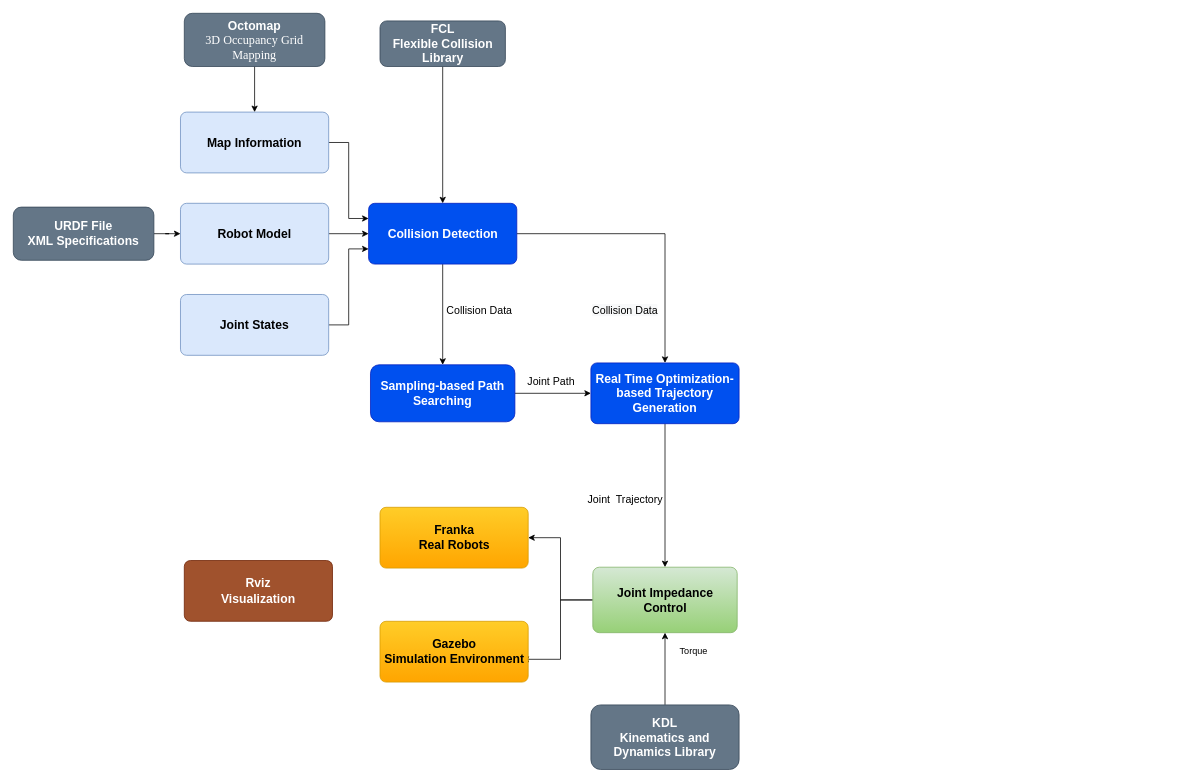
The draw.io diagram Untitled Diagram.drawio in jasonchenj/game, before the edit. Source tidied: cells renumbered, new cells numbered last; positions are measured from the earlier drawing's top-left corner, leaving out a move shared by most shapes. Both pictures are drawn from the tidied source at 76%, with x=0, y=0 at pixel (13, 13).
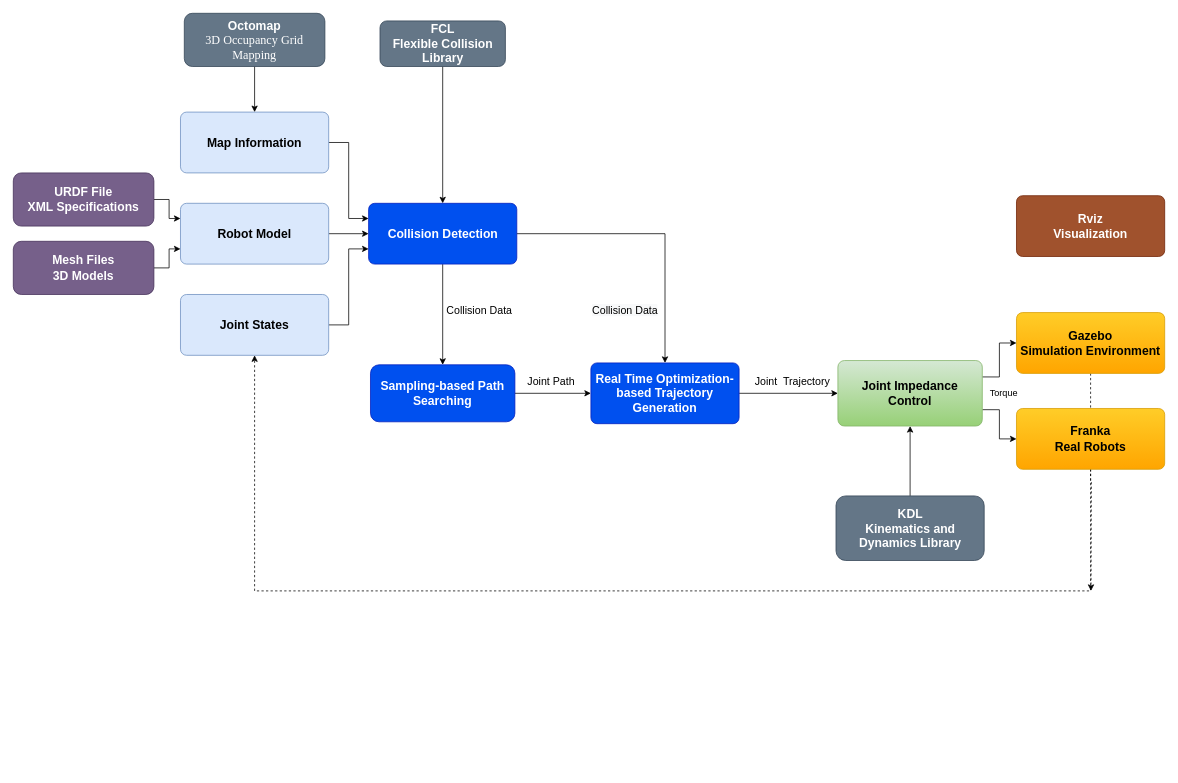
After the change.

Unchanged cells that the change refers to:
```xml
<mxCell id="19" value="&lt;span style=&quot;font-size: 16px&quot;&gt;&lt;b&gt;Robot Model&lt;/b&gt;&lt;/span&gt;" style="rounded=1;whiteSpace=wrap;html=1;fillColor=#dae8fc;strokeColor=#6c8ebf;arcSize=10;" parent="1" vertex="1">
  <mxGeometry x="220" y="250" width="195" height="80" as="geometry" />
</mxCell>
<mxCell id="23" value="&lt;span style=&quot;font-size: 16px&quot;&gt;&lt;b&gt;Joint States&lt;/b&gt;&lt;/span&gt;" style="rounded=1;whiteSpace=wrap;html=1;fillColor=#dae8fc;strokeColor=#6c8ebf;arcSize=10;" parent="1" vertex="1">
  <mxGeometry x="220" y="370" width="195" height="80" as="geometry" />
</mxCell>
```

The edit, as a diff of the source:
```diff
@@
+    <mxCell id="12" style="edgeStyle=orthogonalEdgeStyle;rounded=0;jettySize=auto;html=1;exitX=1;exitY=0.25;exitDx=0;exitDy=0;entryX=0;entryY=0.5;entryDx=0;entryDy=0;" parent="1" edge="1" source="13" target="14">
+      <mxGeometry relative="1" as="geometry" />
+    </mxCell>
-    <mxCell id="11" style="edgeStyle=orthogonalEdgeStyle;rounded=0;jettySize=auto;html=1;entryX=1;entryY=0.5;entryDx=0;entryDy=0;" parent="1" edge="1" source="13" target="15">
+    <mxCell id="11" style="edgeStyle=orthogonalEdgeStyle;rounded=0;jettySize=auto;html=1;exitX=1;exitY=0.75;exitDx=0;exitDy=0;entryX=0;entryY=0.5;entryDx=0;entryDy=0;" parent="1" edge="1" source="13" target="15">
       <mxGeometry relative="1" as="geometry" />
     </mxCell>
-    <mxCell id="12" style="edgeStyle=orthogonalEdgeStyle;rounded=0;jettySize=auto;html=1;entryX=0.962;entryY=0.625;entryDx=0;entryDy=0;entryPerimeter=0;" parent="1" edge="1" source="13" target="14">
-      <mxGeometry relative="1" as="geometry" />
-    </mxCell>
     <mxCell id="13" value="&lt;span style=&quot;font-size: 16px&quot;&gt;&lt;b&gt;Joint Impedance &lt;br&gt;Control&lt;/b&gt;&lt;/span&gt;" style="rounded=1;whiteSpace=wrap;html=1;fillColor=#d5e8d4;strokeColor=#82b366;arcSize=10;gradientColor=#97d077;" parent="1" vertex="1">
-      <mxGeometry x="762.5" y="728.8" width="190" height="86.2" as="geometry" />
+      <mxGeometry x="1085" y="456.9" width="190" height="86.2" as="geometry" />
     </mxCell>
+    <mxCell id="34" style="edgeStyle=orthogonalEdgeStyle;rounded=0;jettySize=auto;html=1;dashed=1;" parent="1" edge="1" source="14">
+      <mxGeometry relative="1" as="geometry">
+        <mxPoint x="1418" y="760" as="targetPoint" />
+      </mxGeometry>
+    </mxCell>
     <mxCell id="14" value="&lt;span style=&quot;font-size: 16px&quot;&gt;&lt;b&gt;Gazebo&lt;br&gt;Simulation Environment&lt;br&gt;&lt;/b&gt;&lt;/span&gt;" style="rounded=1;whiteSpace=wrap;html=1;fillColor=#ffcd28;strokeColor=#d79b00;arcSize=10;gradientColor=#ffa500;" parent="1" vertex="1">
-      <mxGeometry x="482.5" y="800" width="195" height="80" as="geometry" />
+      <mxGeometry x="1320" y="393.8" width="195" height="80" as="geometry" />
     </mxCell>
+    <mxCell id="35" style="edgeStyle=orthogonalEdgeStyle;rounded=0;jettySize=auto;html=1;entryX=0.5;entryY=1;entryDx=0;entryDy=0;dashed=1;" parent="1" edge="1" source="15" target="23">
+      <mxGeometry relative="1" as="geometry">
+        <Array as="points">
+          <mxPoint x="1418" y="760" />
+          <mxPoint x="318" y="760" />
+        </Array>
+      </mxGeometry>
+    </mxCell>
     <mxCell id="15" value="&lt;span style=&quot;font-size: 16px&quot;&gt;&lt;b&gt;Franka&lt;br&gt;Real Robots&lt;br&gt;&lt;/b&gt;&lt;/span&gt;" style="rounded=1;whiteSpace=wrap;html=1;fillColor=#ffcd28;strokeColor=#d79b00;arcSize=10;gradientColor=#ffa500;" parent="1" vertex="1">
-      <mxGeometry x="482.5" y="650" width="195" height="80" as="geometry" />
+      <mxGeometry x="1320" y="520" width="195" height="80" as="geometry" />
     </mxCell>
@@
     <mxCell id="24" style="edgeStyle=orthogonalEdgeStyle;rounded=0;jettySize=auto;html=1;" parent="1" edge="1" source="25" target="19">
-      <mxGeometry relative="1" as="geometry" />
+      <mxGeometry relative="1" as="geometry">
+        <Array as="points">
+          <mxPoint x="205" y="245" />
+          <mxPoint x="205" y="270" />
+        </Array>
+      </mxGeometry>
     </mxCell>
-    <mxCell id="25" value="&lt;font&gt;&lt;b&gt;&lt;span style=&quot;font-size: 16px&quot;&gt;URDF File&lt;br&gt;XML Specifications&lt;br&gt;&lt;/span&gt;&lt;/b&gt;&lt;/font&gt;" style="rounded=1;whiteSpace=wrap;html=1;fillColor=#647687;strokeColor=#314354;fontColor=#ffffff;" parent="1" vertex="1">
-      <mxGeometry y="255" width="185" height="70" as="geometry" />
+    <mxCell id="25" value="&lt;font&gt;&lt;b&gt;&lt;span style=&quot;font-size: 16px&quot;&gt;URDF File&lt;br&gt;XML Specifications&lt;br&gt;&lt;/span&gt;&lt;/b&gt;&lt;/font&gt;" style="rounded=1;whiteSpace=wrap;html=1;fillColor=#76608a;strokeColor=#432D57;fontColor=#ffffff;" parent="1" vertex="1">
+      <mxGeometry y="210" width="185" height="70" as="geometry" />
     </mxCell>
     <mxCell id="26" value="&lt;span style=&quot;font-size: 16px&quot;&gt;&lt;b&gt;Rviz&lt;br&gt;Visualization&lt;/b&gt;&lt;/span&gt;" style="rounded=1;whiteSpace=wrap;html=1;fillColor=#a0522d;strokeColor=#6D1F00;arcSize=10;fontColor=#ffffff;" parent="1" vertex="1">
-      <mxGeometry x="225" y="720" width="195" height="80" as="geometry" />
+      <mxGeometry x="1320" y="240" width="195" height="80" as="geometry" />
     </mxCell>
@@
     <mxCell id="28" value="&lt;font&gt;&lt;b&gt;&lt;font style=&quot;font-size: 16px&quot;&gt;KDL&lt;br&gt;Kinematics and Dynamics Library&lt;/font&gt;&lt;br&gt;&lt;/b&gt;&lt;/font&gt;" style="rounded=1;whiteSpace=wrap;html=1;fillColor=#647687;strokeColor=#314354;fontColor=#ffffff;" parent="1" vertex="1">
-      <mxGeometry x="760" y="910" width="195" height="85" as="geometry" />
+      <mxGeometry x="1082.5" y="635" width="195" height="85" as="geometry" />
     </mxCell>
@@
     <mxCell id="31" value="&lt;font style=&quot;font-size: 14px&quot;&gt;Joint&amp;nbsp; Trajectory&lt;/font&gt;" style="text;html=1;align=center;verticalAlign=middle;" parent="1" vertex="1">
-      <mxGeometry x="750" y="630" width="110" height="20" as="geometry" />
+      <mxGeometry x="970" y="475" width="110" height="20" as="geometry" />
     </mxCell>
@@
     <mxCell id="33" value="Torque" style="text;html=1;align=center;verticalAlign=middle;" parent="1" vertex="1">
-      <mxGeometry x="870" y="830" width="50" height="20" as="geometry" />
+      <mxGeometry x="1277.5" y="490" width="50" height="20" as="geometry" />
     </mxCell>
+    <mxCell id="36" style="edgeStyle=orthogonalEdgeStyle;rounded=0;jettySize=auto;html=1;entryX=0;entryY=0.75;entryDx=0;entryDy=0;" parent="1" edge="1" source="37" target="19">
+      <mxGeometry relative="1" as="geometry" />
+    </mxCell>
+    <mxCell id="37" value="&lt;font&gt;&lt;b&gt;&lt;span style=&quot;font-size: 16px&quot;&gt;Mesh Files&lt;br&gt;3D Models&lt;br&gt;&lt;/span&gt;&lt;/b&gt;&lt;/font&gt;" style="rounded=1;whiteSpace=wrap;html=1;fillColor=#76608a;strokeColor=#432D57;fontColor=#ffffff;" parent="1" vertex="1">
+      <mxGeometry y="300" width="185" height="70" as="geometry" />
+    </mxCell>
```
